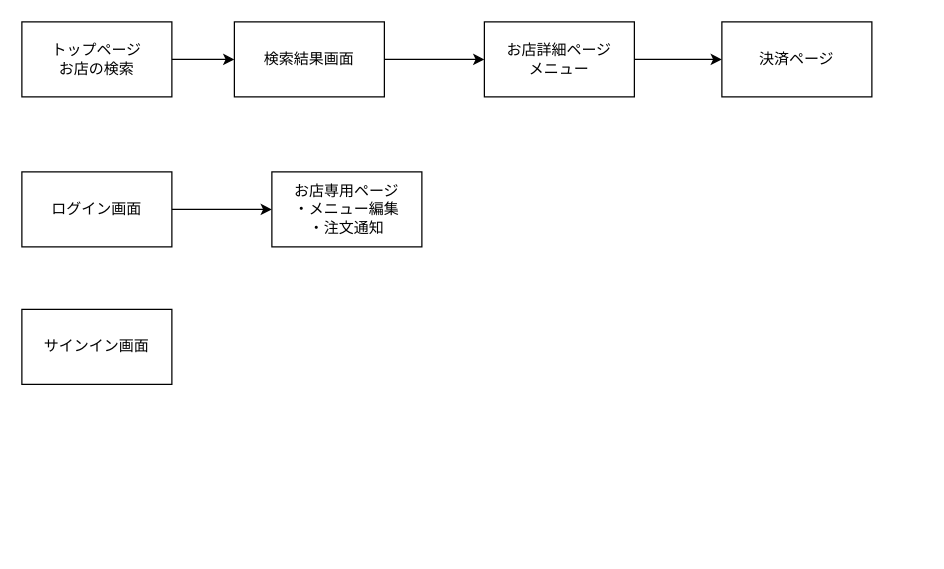
The draw.io diagram Untitled Diagram.drawio in perusonaryu/take-out, before the edit. Source tidied: cells renumbered, new cells numbered last; positions are measured from the earlier drawing's top-left corner, leaving out a move shared by most shapes. Both pictures are drawn from the tidied source at 125%, with x=0, y=0 at pixel (21, 21).
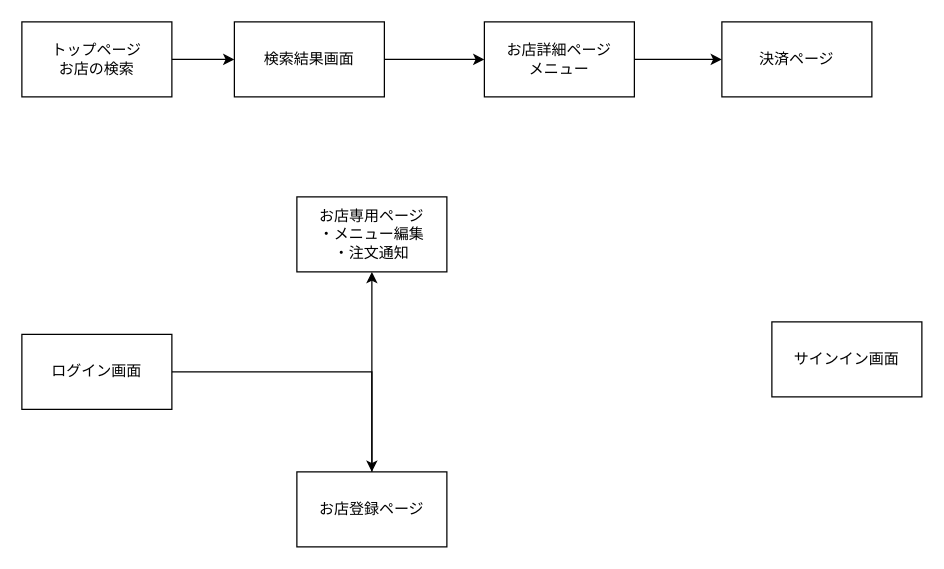
Above is the later version.

Diff of the diagram source:
```diff
@@
 <mxGraphModel>
   <root>
     <mxCell id="0" />
     <mxCell id="1" parent="0" />
     <mxCell id="2" style="edgeStyle=orthogonalEdgeStyle;rounded=0;jettySize=auto;html=1;" parent="1" edge="1" source="3" target="5">
       <mxGeometry relative="1" as="geometry" />
     </mxCell>
     <mxCell id="3" value="トップページ&lt;br&gt;お店の検索" style="rounded=0;whiteSpace=wrap;html=1;" parent="1" vertex="1">
       <mxGeometry width="120" height="60" as="geometry" />
     </mxCell>
     <mxCell id="4" style="edgeStyle=orthogonalEdgeStyle;rounded=0;jettySize=auto;html=1;" parent="1" edge="1" source="5" target="6">
       <mxGeometry relative="1" as="geometry" />
     </mxCell>
     <mxCell id="5" value="検索結果画面" style="rounded=0;whiteSpace=wrap;html=1;" parent="1" vertex="1">
       <mxGeometry x="170" width="120" height="60" as="geometry" />
     </mxCell>
     <mxCell id="6" value="お店詳細ページ&lt;br&gt;メニュー" style="rounded=0;whiteSpace=wrap;html=1;" parent="1" vertex="1">
       <mxGeometry x="370" width="120" height="60" as="geometry" />
     </mxCell>
     <mxCell id="7" value="決済ページ" style="whiteSpace=wrap;html=1;rounded=0;" parent="1" vertex="1">
       <mxGeometry x="560" width="120" height="60" as="geometry" />
     </mxCell>
     <mxCell id="8" style="edgeStyle=orthogonalEdgeStyle;rounded=0;jettySize=auto;html=1;" parent="1" edge="1" source="6">
       <mxGeometry relative="1" as="geometry">
         <mxPoint x="560" y="30" as="targetPoint" />
       </mxGeometry>
     </mxCell>
-    <mxCell id="9" style="edgeStyle=orthogonalEdgeStyle;rounded=0;jettySize=auto;html=1;" parent="1" edge="1" source="10" target="12">
-      <mxGeometry relative="1" as="geometry" />
-    </mxCell>
+    <mxCell id="13" style="edgeStyle=orthogonalEdgeStyle;rounded=0;jettySize=auto;html=1;" parent="1" edge="1" source="10" target="15">
+      <mxGeometry relative="1" as="geometry" />
+    </mxCell>
     <mxCell id="10" value="ログイン画面" style="rounded=0;whiteSpace=wrap;html=1;" parent="1" vertex="1">
-      <mxGeometry y="120" width="120" height="60" as="geometry" />
+      <mxGeometry y="250" width="120" height="60" as="geometry" />
     </mxCell>
     <mxCell id="11" value="サインイン画面" style="rounded=0;whiteSpace=wrap;html=1;" parent="1" vertex="1">
-      <mxGeometry y="230" width="120" height="60" as="geometry" />
+      <mxGeometry x="600" y="240" width="120" height="60" as="geometry" />
     </mxCell>
     <mxCell id="12" value="お店専用ページ&lt;br&gt;・メニュー編集&lt;br&gt;・注文通知" style="rounded=0;whiteSpace=wrap;html=1;" parent="1" vertex="1">
-      <mxGeometry x="200" y="120" width="120" height="60" as="geometry" />
+      <mxGeometry x="220" y="140" width="120" height="60" as="geometry" />
     </mxCell>
+    <mxCell id="14" style="edgeStyle=orthogonalEdgeStyle;rounded=0;jettySize=auto;html=1;" parent="1" edge="1" source="15" target="12">
+      <mxGeometry relative="1" as="geometry" />
+    </mxCell>
+    <mxCell id="15" value="お店登録ページ" style="rounded=0;whiteSpace=wrap;html=1;" parent="1" vertex="1">
+      <mxGeometry x="220" y="360" width="120" height="60" as="geometry" />
+    </mxCell>
   </root>
 </mxGraphModel>
```
